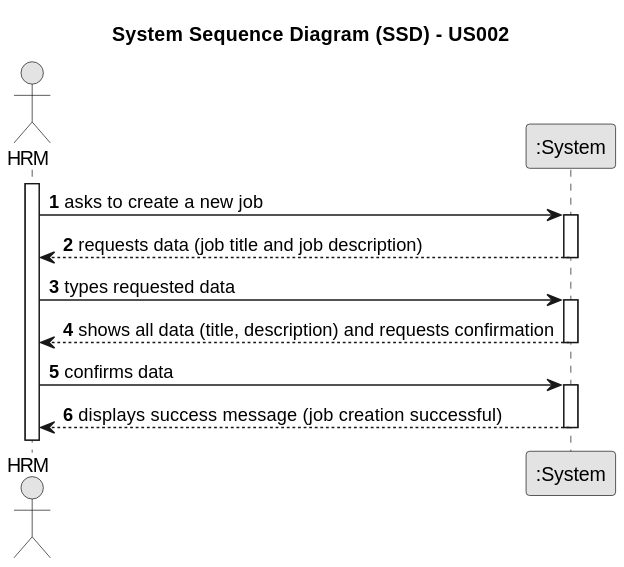
ricardomm7/leaflink keeps this PlantUML diagram as docs/sprintB/us002/01.requirements-engineering/svg/us002-system-sequence-diagram-alternative-one.svg. Above is the earlier version.
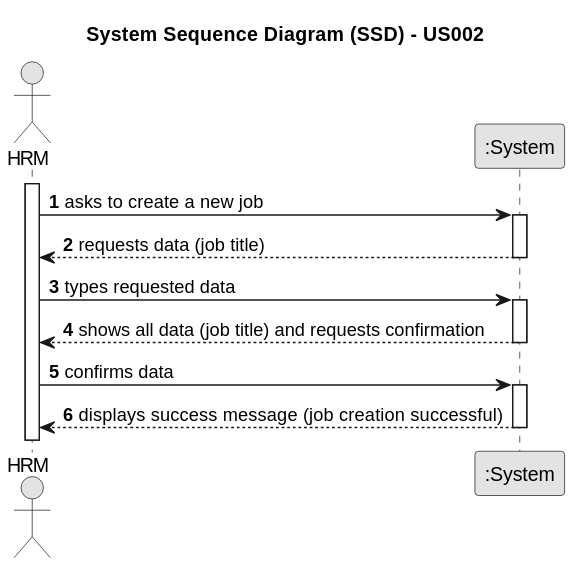
The same file after the commit.

The edit, as a diff of the source:
```diff
@@ -14,12 +14,12 @@
 
     Employee -> System : asks to create a new job
     activate System
-        System --> Employee : requests data (job title and job description)
+        System --> Employee : requests data (job title)
     deactivate System
 
     Employee -> System : types requested data
     activate System
-        System --> Employee : shows all data (title, description) and requests confirmation
+        System --> Employee : shows all data (job title) and requests confirmation
     deactivate System
 
     Employee -> System : confirms data
```
